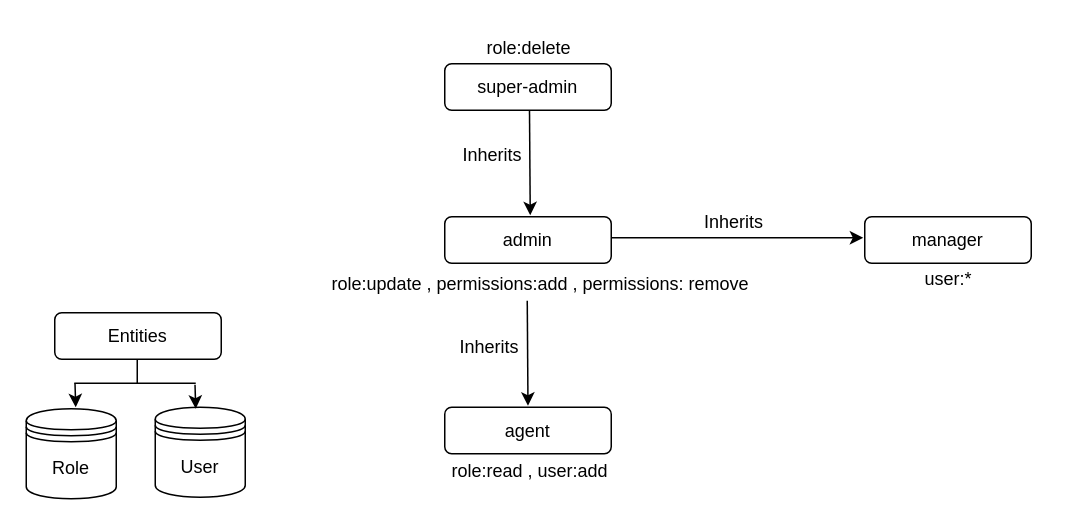
Earlier version of the draw.io diagram diagram.drawio (Kodexo-Labs/RBAC--Backend). Source tidied: cells renumbered, new cells numbered last; positions are measured from the earlier drawing's top-left corner, leaving out a move shared by most shapes. Both pictures are drawn from the tidied source at 150%, with x=0, y=0 at pixel (26, 26).
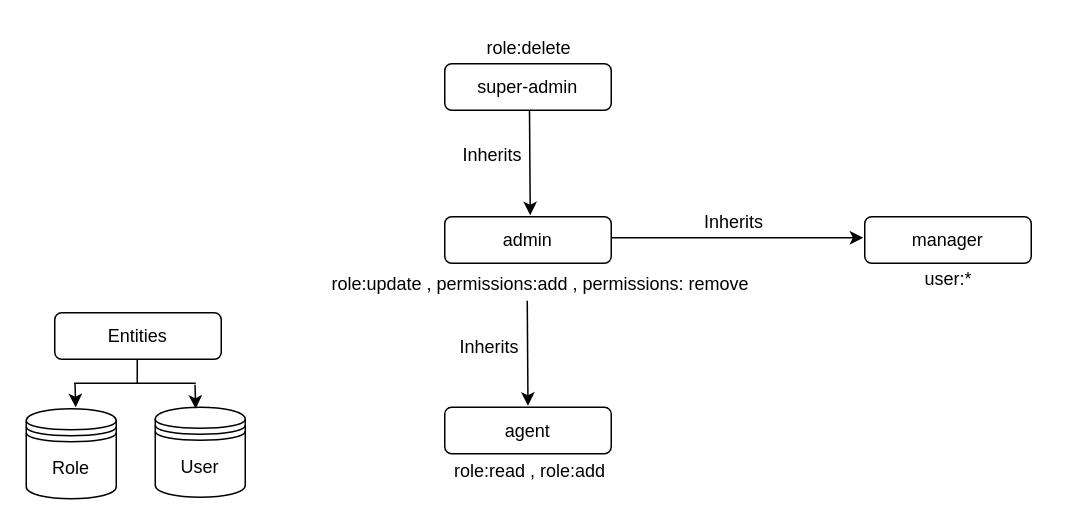
Above is the later version.

Commit message (it also covers changes not shown here):
chore:done with user and role relationship

What changed in the source:
```diff
@@
-    <mxCell id="14" value="role:read , user:add" style="text;strokeColor=none;align=center;fillColor=none;html=1;verticalAlign=middle;whiteSpace=wrap;rounded=0;fontColor=#000000;" parent="1" vertex="1">
+    <mxCell id="14" value="role:read , role:add" style="text;strokeColor=none;align=center;fillColor=none;html=1;verticalAlign=middle;whiteSpace=wrap;rounded=0;fontColor=#000000;" parent="1" vertex="1">
       <mxGeometry x="263.5" y="282" width="144" height="30" as="geometry" />
     </mxCell>
```
